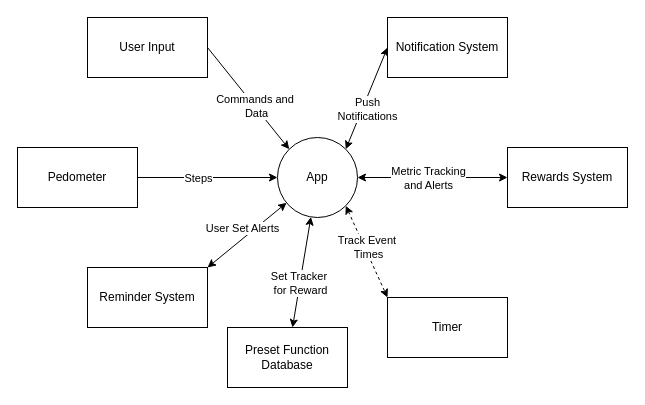
Before: Wellness Context Diagram.drawio in robharper00/SE300_DARM, a draw.io diagram. Source tidied: cells renumbered, new cells numbered last; positions are measured from the earlier drawing's top-left corner, leaving out a move shared by most shapes. Both pictures are drawn from the tidied source at 100%, with x=0, y=0 at pixel (17, 17).
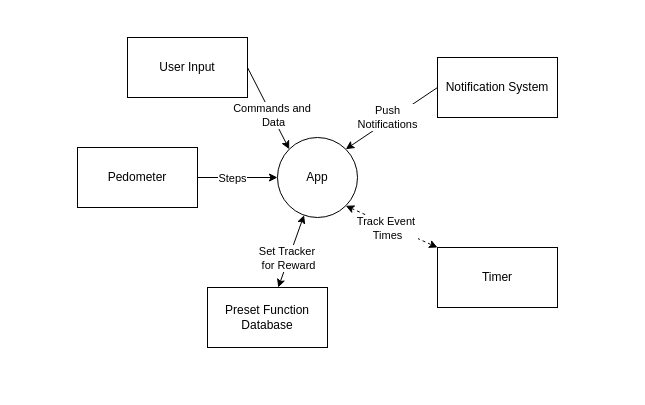
The same page after the edit.

The change refers to these unchanged cells:
```xml
<mxCell id="6" value="App" style="ellipse;whiteSpace=wrap;html=1;" parent="1" vertex="1">
  <mxGeometry x="260" y="120" width="80" height="80" as="geometry" />
</mxCell>
```

Diff of the diagram source:
```diff
@@
-    <mxCell id="2" style="edgeStyle=none;rounded=0;jettySize=auto;html=1;exitX=1;exitY=0.5;exitDx=0;exitDy=0;entryX=0;entryY=0.5;entryDx=0;entryDy=0;startArrow=classic;startFill=1;" parent="1" edge="1" source="6" target="13">
-      <mxGeometry relative="1" as="geometry" />
-    </mxCell>
-    <mxCell id="3" value="Metric Tracking&lt;br&gt;and Alerts" style="edgeLabel;html=1;align=center;verticalAlign=middle;" parent="2" vertex="1">
-      <mxGeometry x="0.7" y="-1" relative="1" as="geometry">
-        <mxPoint x="-58" y="-1" as="offset" />
-      </mxGeometry>
-    </mxCell>
@@
     <mxCell id="9" value="User Input" style="rounded=0;whiteSpace=wrap;html=1;" parent="1" vertex="1">
-      <mxGeometry x="70" width="120" height="60" as="geometry" />
+      <mxGeometry x="110" y="20" width="120" height="60" as="geometry" />
     </mxCell>
-    <mxCell id="10" style="edgeStyle=none;rounded=0;jettySize=auto;html=1;exitX=0;exitY=0.5;exitDx=0;exitDy=0;entryX=1;entryY=0;entryDx=0;entryDy=0;startArrow=classic;startFill=1;" parent="1" edge="1" source="12" target="6">
+    <mxCell id="10" style="edgeStyle=none;rounded=0;jettySize=auto;html=1;exitX=0;exitY=0.5;exitDx=0;exitDy=0;entryX=1;entryY=0;entryDx=0;entryDy=0;startArrow=none;startFill=0;endArrow=classic;endFill=1;" parent="1" edge="1" source="12" target="6">
       <mxGeometry relative="1" as="geometry" />
     </mxCell>
     <mxCell id="11" value="Push&lt;br&gt;Notifications" style="edgeLabel;html=1;align=center;verticalAlign=middle;" parent="10" vertex="1">
       <mxGeometry x="-0.26" y="-4" relative="1" as="geometry">
-        <mxPoint x="-1" y="25" as="offset" />
+        <mxPoint x="-14" y="10" as="offset" />
       </mxGeometry>
     </mxCell>
     <mxCell id="12" value="Notification System" style="rounded=0;whiteSpace=wrap;html=1;" parent="1" vertex="1">
-      <mxGeometry x="370" width="120" height="60" as="geometry" />
+      <mxGeometry x="420" y="40" width="120" height="60" as="geometry" />
     </mxCell>
-    <mxCell id="13" value="Rewards System" style="rounded=0;whiteSpace=wrap;html=1;" parent="1" vertex="1">
-      <mxGeometry x="490" y="130" width="120" height="60" as="geometry" />
-    </mxCell>
@@
     <mxCell id="16" value="Pedometer" style="rounded=0;whiteSpace=wrap;html=1;" parent="1" vertex="1">
-      <mxGeometry y="130" width="120" height="60" as="geometry" />
+      <mxGeometry x="60" y="130" width="120" height="60" as="geometry" />
     </mxCell>
     <mxCell id="17" value="Timer" style="rounded=0;whiteSpace=wrap;html=1;" parent="1" vertex="1">
-      <mxGeometry x="370" y="280" width="120" height="60" as="geometry" />
+      <mxGeometry x="420" y="230" width="120" height="60" as="geometry" />
     </mxCell>
-    <mxCell id="18" style="rounded=0;jettySize=auto;html=1;exitX=1;exitY=0;exitDx=0;exitDy=0;startArrow=classic;startFill=1;" parent="1" edge="1" source="20" target="6">
-      <mxGeometry relative="1" as="geometry" />
-    </mxCell>
-    <mxCell id="19" value="User Set Alerts" style="edgeLabel;html=1;align=center;verticalAlign=middle;" parent="18" vertex="1">
-      <mxGeometry x="0.46" y="1" relative="1" as="geometry">
-        <mxPoint x="-23" y="9" as="offset" />
-      </mxGeometry>
-    </mxCell>
-    <mxCell id="20" value="Reminder System" style="rounded=0;whiteSpace=wrap;html=1;" parent="1" vertex="1">
-      <mxGeometry x="70" y="250" width="120" height="60" as="geometry" />
-    </mxCell>
@@
     <mxCell id="23" value="Preset Function&lt;br&gt;Database" style="rounded=0;whiteSpace=wrap;html=1;" parent="1" vertex="1">
-      <mxGeometry x="210" y="310" width="120" height="60" as="geometry" />
+      <mxGeometry x="190" y="270" width="120" height="60" as="geometry" />
     </mxCell>
```
